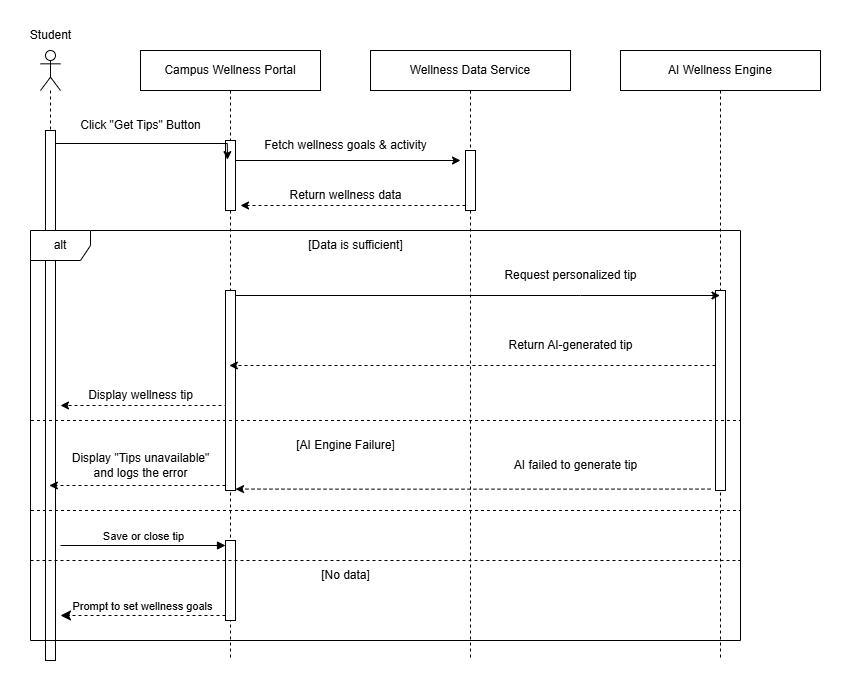
Above: images/media/image24.png in NicholasTMS/TT6L_G4_Requirements_Project (draw.io), before the change. Source tidied: cells renumbered, new cells last; positions are measured from the earlier drawing's top-left corner, leaving out a move shared by most shapes.
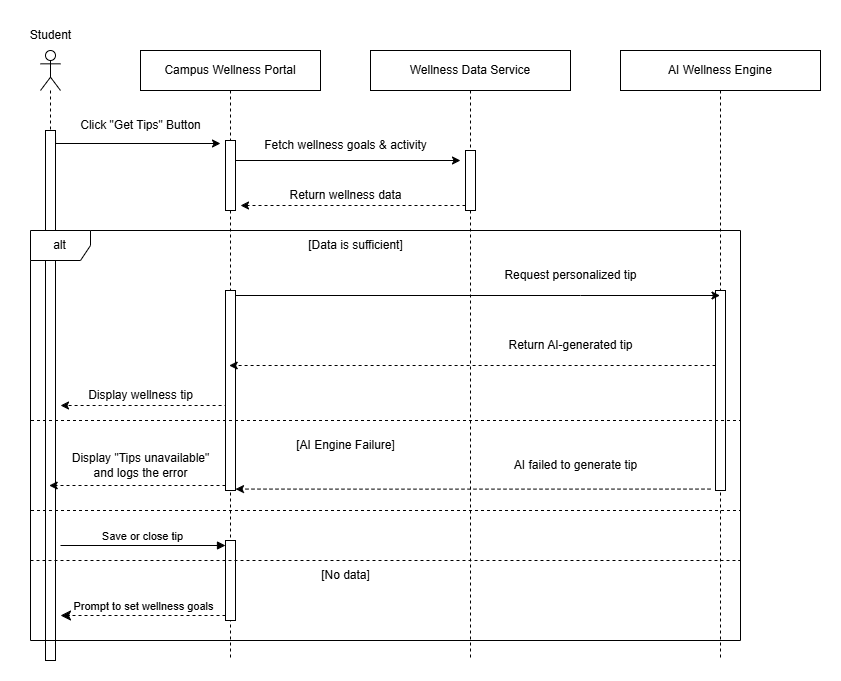
The same file after the commit.

Change to the diagram source:
```diff
@@ -29,8 +29,9 @@
     <mxCell id="10" value="Student" style="text;html=1;align=center;verticalAlign=middle;strokeColor=none;fillColor=none;" parent="1" vertex="1">
       <mxGeometry width="60" height="30" as="geometry" />
     </mxCell>
-    <mxCell id="11" style="edgeStyle=orthogonalEdgeStyle;rounded=0;jettySize=auto;html=1;curved=0;exitX=1;exitY=0;exitDx=0;exitDy=5;exitPerimeter=0;entryX=0.483;entryY=0.179;entryDx=0;entryDy=0;entryPerimeter=0;" parent="1" edge="1" source="3" target="4">
+    <mxCell id="11" style="edgeStyle=orthogonalEdgeStyle;rounded=0;jettySize=auto;html=1;curved=0;exitX=1;exitY=0;exitDx=0;exitDy=5;exitPerimeter=0;" parent="1" edge="1" source="3">
       <mxGeometry relative="1" as="geometry">
+        <mxPoint x="200" y="123" as="targetPoint" />
         <Array as="points">
           <mxPoint x="35" y="123" />
         </Array>
```
